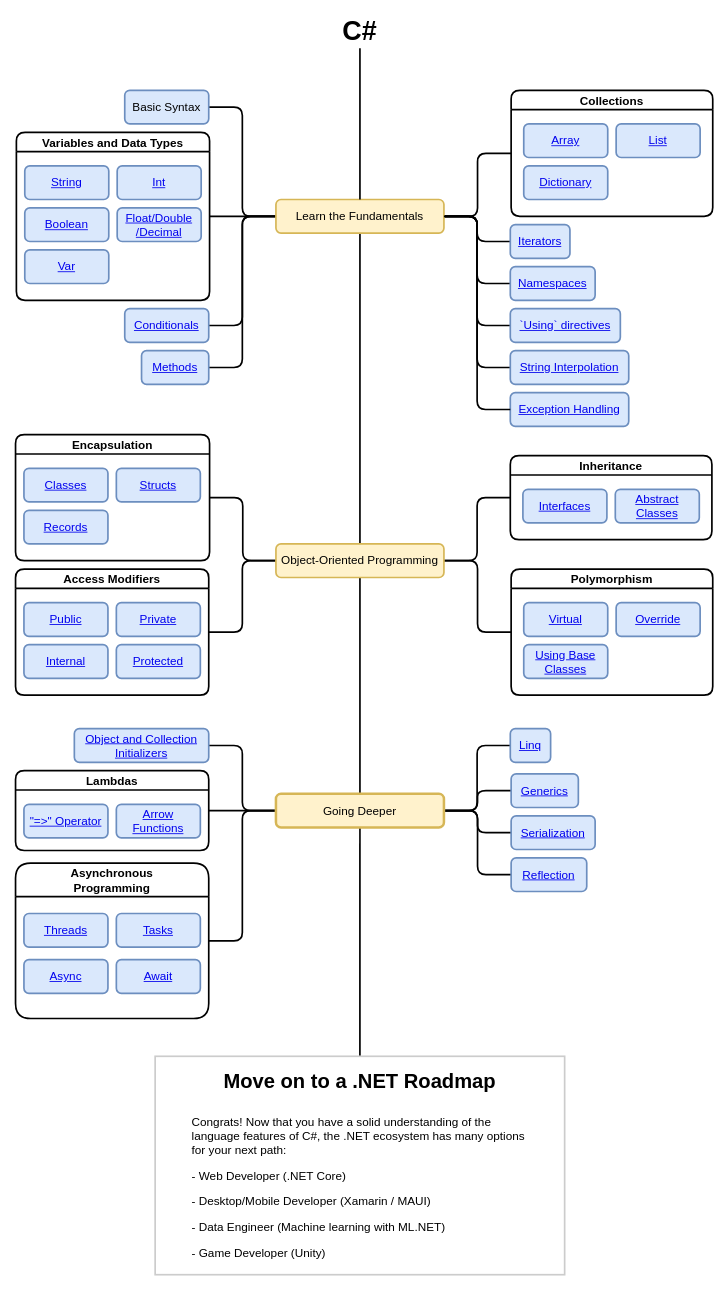
Before: csharp-roadmap.drawio in gridlocdev/csharp-learning-roadmap, a draw.io diagram. Source tidied: cells renumbered, new cells numbered last; positions are measured from the earlier drawing's top-left corner, leaving out a move shared by most shapes. Both pictures are drawn from the tidied source at 84%, with x=0, y=0 at pixel (15, 14).
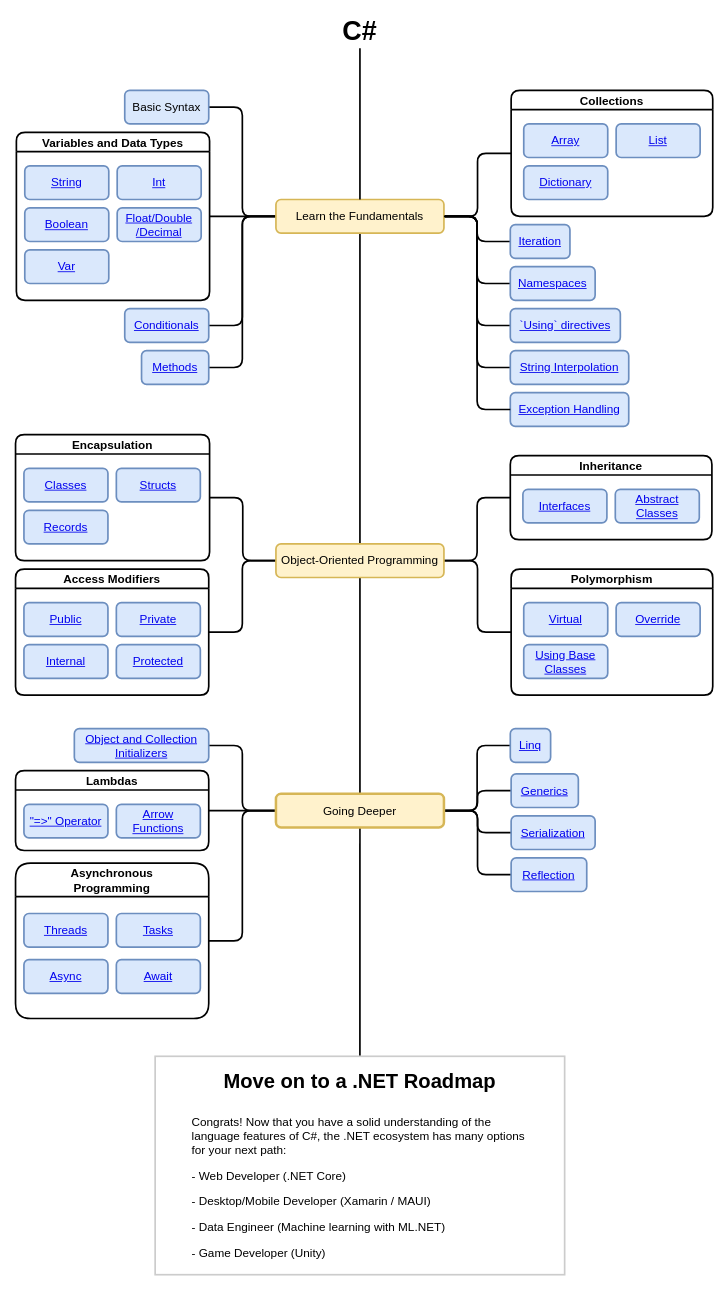
After the change.

Commit message:
Updated text for "Iterators" to "Iteration" and updated link

What changed in the source:
```diff
@@
-    <mxCell id="19" value="&lt;div style=&quot;font-size: 14px&quot;&gt;&lt;a href=&quot;https://docs.microsoft.com/en-us/dotnet/csharp/programming-guide/concepts/iterators&quot;&gt;Iterators&lt;/a&gt;&lt;/div&gt;" style="rounded=1;whiteSpace=wrap;html=1;fillColor=#dae8fc;strokeColor=#6c8ebf;strokeWidth=2;fontSize=14;" parent="1" vertex="1">
+    <mxCell id="19" value="&lt;div style=&quot;font-size: 14px&quot;&gt;&lt;a href=&quot;https://docs.microsoft.com/en-us/dotnet/csharp/programming-guide/concepts/iterators&quot;&gt;Iteration&lt;/a&gt;&lt;/div&gt;" style="rounded=1;whiteSpace=wrap;html=1;fillColor=#dae8fc;strokeColor=#6c8ebf;strokeWidth=2;fontSize=14;" parent="1" vertex="1">
       <mxGeometry x="589" y="250" width="71" height="40" as="geometry" />
     </mxCell>
```
